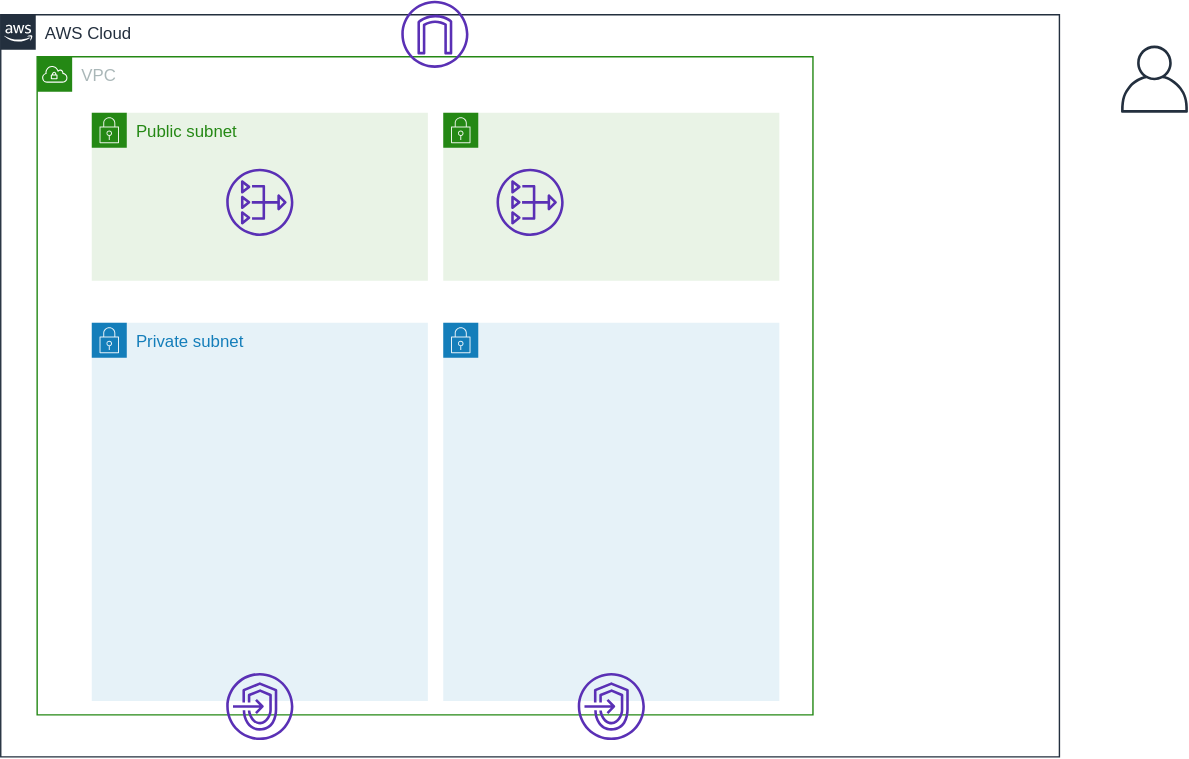
moriryota62/ecs-cicd keeps this draw.io diagram as documents/images/use-network.svg. Above is the earlier version. Source tidied: cells renumbered, new cells last; positions are measured from the earlier drawing's top-left corner, leaving out a move shared by most shapes.
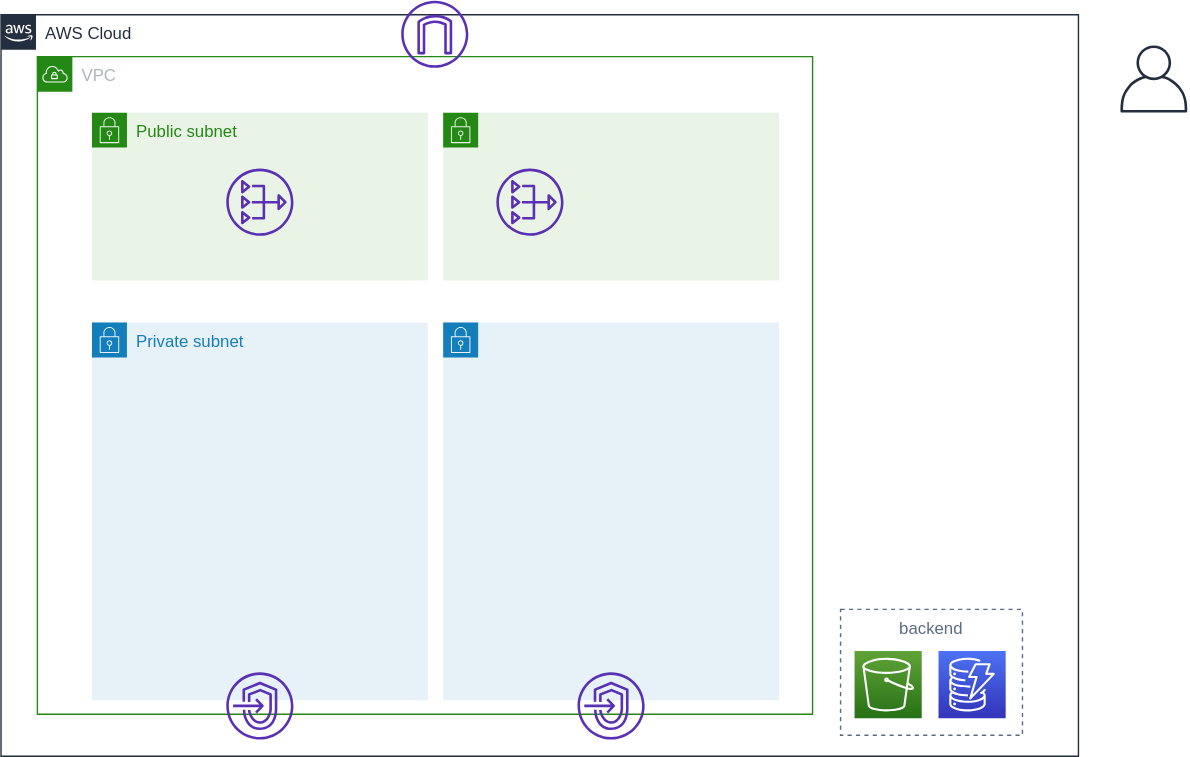
After the change.

Diff of the diagram source:
```diff
@@ -3,7 +3,7 @@
     <mxCell id="0" />
     <mxCell id="1" parent="0" />
     <mxCell id="2" value="AWS Cloud" style="gradientColor=none;html=1;whiteSpace=wrap;fontSize=12;fontStyle=0;shape=mxgraph.aws4.group;grIcon=mxgraph.aws4.group_aws_cloud_alt;strokeColor=#232F3E;fillColor=none;verticalAlign=top;align=left;spacingLeft=30;fontColor=#232F3E;dashed=0;" parent="1" vertex="1">
-      <mxGeometry y="10" width="756" height="530" as="geometry" />
+      <mxGeometry y="10" width="770" height="530" as="geometry" />
     </mxCell>
     <mxCell id="3" value="VPC" style="gradientColor=none;html=1;whiteSpace=wrap;fontSize=12;fontStyle=0;shape=mxgraph.aws4.group;grIcon=mxgraph.aws4.group_vpc;strokeColor=#248814;fillColor=none;verticalAlign=top;align=left;spacingLeft=30;fontColor=#AAB7B8;dashed=0;" parent="1" vertex="1">
       <mxGeometry x="26" y="40" width="554" height="470" as="geometry" />
@@ -23,20 +23,38 @@
     <mxCell id="8" style="gradientColor=none;html=1;whiteSpace=wrap;fontSize=12;fontStyle=0;shape=mxgraph.aws4.group;grIcon=mxgraph.aws4.group_security_group;grStroke=0;strokeColor=#147EBA;fillColor=#E6F2F8;verticalAlign=top;align=left;spacingLeft=30;fontColor=#147EBA;dashed=0;" parent="1" vertex="1">
       <mxGeometry x="316" y="230" width="240" height="270" as="geometry" />
     </mxCell>
-    <mxCell id="9" style="fontColor=#232F3E;gradientColor=none;fillColor=#5A30B5;strokeColor=none;dashed=0;verticalLabelPosition=bottom;verticalAlign=top;align=center;html=1;fontSize=12;fontStyle=0;shape=mxgraph.aws4.nat_gateway;" parent="1" vertex="1">
-      <mxGeometry x="161" y="120" width="48" height="48" as="geometry" />
+    <mxCell id="9" style="edgeStyle=orthogonalEdgeStyle;rounded=0;orthogonalLoop=1;jettySize=auto;html=1;exitX=0.5;exitY=1;exitDx=0;exitDy=0;" parent="1" edge="1">
+      <mxGeometry relative="1" as="geometry">
+        <mxPoint x="310.5" y="450" as="sourcePoint" />
+        <mxPoint x="310.5" y="450" as="targetPoint" />
+      </mxGeometry>
     </mxCell>
-    <mxCell id="10" style="fontColor=#232F3E;gradientColor=none;fillColor=#5A30B5;strokeColor=none;dashed=0;verticalLabelPosition=bottom;verticalAlign=top;align=center;html=1;fontSize=12;fontStyle=0;shape=mxgraph.aws4.endpoints;" parent="1" vertex="1">
-      <mxGeometry x="161" y="480" width="48" height="48" as="geometry" />
+    <mxCell id="10" style="fontColor=#232F3E;gradientColor=none;fillColor=#5A30B5;strokeColor=none;dashed=0;verticalLabelPosition=bottom;verticalAlign=top;align=center;html=1;fontSize=12;fontStyle=0;shape=mxgraph.aws4.nat_gateway;" parent="1" vertex="1">
+      <mxGeometry x="161" y="120" width="48" height="48" as="geometry" />
     </mxCell>
     <mxCell id="11" style="fontColor=#232F3E;gradientColor=none;fillColor=#5A30B5;strokeColor=none;dashed=0;verticalLabelPosition=bottom;verticalAlign=top;align=center;html=1;fontSize=12;fontStyle=0;shape=mxgraph.aws4.endpoints;" parent="1" vertex="1">
-      <mxGeometry x="412" y="480" width="48" height="48" as="geometry" />
+      <mxGeometry x="161" y="480" width="48" height="48" as="geometry" />
     </mxCell>
-    <mxCell id="12" style="fontColor=#232F3E;gradientColor=none;fillColor=#5A30B5;strokeColor=none;dashed=0;verticalLabelPosition=bottom;verticalAlign=top;align=center;html=1;fontSize=12;fontStyle=0;shape=mxgraph.aws4.nat_gateway;" parent="1" vertex="1">
-      <mxGeometry x="354" y="120" width="48" height="48" as="geometry" />
+    <mxCell id="12" style="fontColor=#232F3E;gradientColor=none;fillColor=#5A30B5;strokeColor=none;dashed=0;verticalLabelPosition=bottom;verticalAlign=top;align=center;html=1;fontSize=12;fontStyle=0;shape=mxgraph.aws4.endpoints;" parent="1" vertex="1">
+      <mxGeometry x="412" y="480" width="48" height="48" as="geometry" />
     </mxCell>
-    <mxCell id="13" style="fontColor=#232F3E;gradientColor=none;fillColor=#232F3E;strokeColor=none;dashed=0;verticalLabelPosition=bottom;verticalAlign=top;align=center;html=1;fontSize=12;fontStyle=0;shape=mxgraph.aws4.user;" parent="1" vertex="1">
-      <mxGeometry x="800" y="32" width="48" height="48" as="geometry" />
+    <mxCell id="13" style="fontColor=#232F3E;gradientColor=none;fillColor=#5A30B5;strokeColor=none;dashed=0;verticalLabelPosition=bottom;verticalAlign=top;align=center;html=1;fontSize=12;fontStyle=0;shape=mxgraph.aws4.nat_gateway;" parent="1" vertex="1">
+      <mxGeometry x="354" y="120" width="48" height="48" as="geometry" />
     </mxCell>
+    <mxCell id="14" style="fontColor=#232F3E;gradientColor=none;fillColor=#232F3E;strokeColor=none;dashed=0;verticalLabelPosition=bottom;verticalAlign=top;align=center;html=1;fontSize=12;fontStyle=0;shape=mxgraph.aws4.user;" parent="1" vertex="1">
+      <mxGeometry x="800" y="32" width="48" height="48" as="geometry" />
+    </mxCell>
+    <mxCell id="15" style="group;" parent="1" vertex="1">
+      <mxGeometry x="600" y="435" width="130" height="90" as="geometry" />
+    </mxCell>
+    <mxCell id="16" style="fontColor=#232F3E;gradientColor=#4D72F3;gradientDirection=north;fillColor=#3334B9;strokeColor=#ffffff;dashed=0;verticalLabelPosition=bottom;verticalAlign=top;align=center;html=1;fontSize=12;fontStyle=0;shape=mxgraph.aws4.resourceIcon;resIcon=mxgraph.aws4.dynamodb;" parent="15" vertex="1">
+      <mxGeometry x="70" y="29.8" width="48" height="48" as="geometry" />
+    </mxCell>
+    <mxCell id="17" style="fontColor=#232F3E;gradientColor=#60A337;gradientDirection=north;fillColor=#277116;strokeColor=#ffffff;dashed=0;verticalLabelPosition=bottom;verticalAlign=top;align=center;html=1;fontSize=12;fontStyle=0;shape=mxgraph.aws4.resourceIcon;resIcon=mxgraph.aws4.s3;" parent="15" vertex="1">
+      <mxGeometry x="10" y="29.8" width="48" height="48" as="geometry" />
+    </mxCell>
+    <mxCell id="18" value="backend" style="fillColor=none;strokeColor=#5A6C86;dashed=1;verticalAlign=top;fontStyle=0;fontColor=#5A6C86;" parent="15" vertex="1">
+      <mxGeometry width="130" height="90" as="geometry" />
+    </mxCell>
   </root>
 </mxGraphModel>
```
